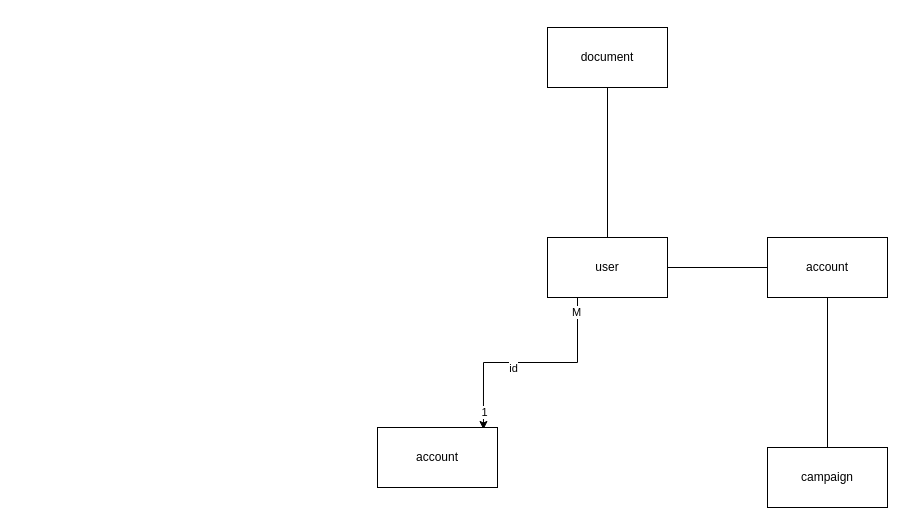
Before: Untitled Diagram.drawio in egorb17/ESPO-DB, a draw.io diagram. Source tidied: cells renumbered, new cells numbered last; positions are measured from the earlier drawing's top-left corner, leaving out a move shared by most shapes. Both pictures are drawn from the tidied source at 100%, with x=0, y=0 at pixel (377, 27).
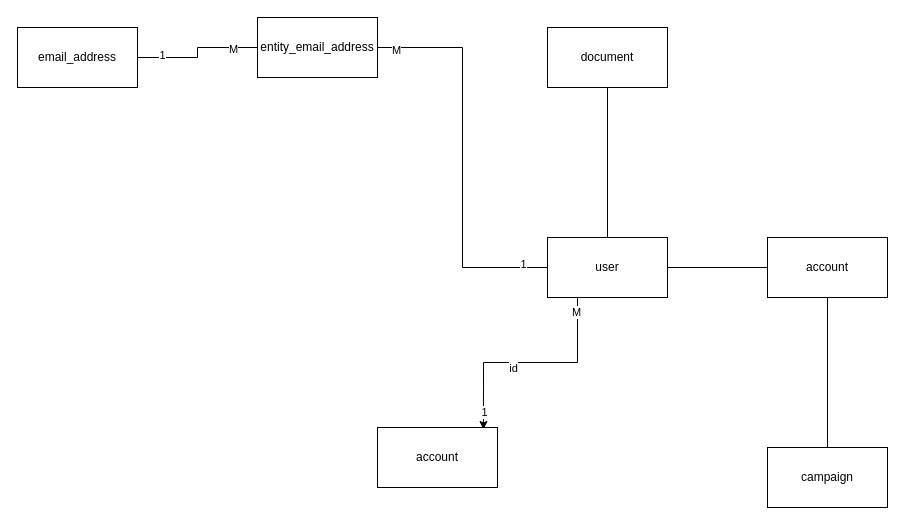
The same page after the edit.

Commit message:
Add email-user link

Unchanged cells that the change refers to:
```xml
<mxCell id="6" value="user" style="rounded=0;whiteSpace=wrap;html=1;" parent="1" vertex="1">
  <mxGeometry x="170" y="210" width="120" height="60" as="geometry" />
</mxCell>
```

The edit, as a diff of the source:
```diff
@@
+    <mxCell id="14" style="edgeStyle=orthogonalEdgeStyle;rounded=0;jettySize=auto;html=1;exitX=1;exitY=0.5;exitDx=0;exitDy=0;entryX=0;entryY=0.5;entryDx=0;entryDy=0;endArrow=none;endFill=0;" parent="1" edge="1" source="17" target="21">
+      <mxGeometry relative="1" as="geometry" />
+    </mxCell>
+    <mxCell id="15" value="1" style="edgeLabel;html=1;align=center;verticalAlign=middle;" parent="14" vertex="1">
+      <mxGeometry x="-0.63" y="3" relative="1" as="geometry" />
+    </mxCell>
+    <mxCell id="16" value="М" style="edgeLabel;html=1;align=center;verticalAlign=middle;" parent="14" vertex="1">
+      <mxGeometry x="0.61" y="-1" relative="1" as="geometry" />
+    </mxCell>
+    <mxCell id="17" value="email_address" style="rounded=0;whiteSpace=wrap;html=1;" parent="1" vertex="1">
+      <mxGeometry x="-360" width="120" height="60" as="geometry" />
+    </mxCell>
+    <mxCell id="18" style="edgeStyle=orthogonalEdgeStyle;rounded=0;jettySize=auto;html=1;exitX=1;exitY=0.5;exitDx=0;exitDy=0;entryX=0;entryY=0.5;entryDx=0;entryDy=0;endArrow=none;endFill=0;" parent="1" edge="1" source="21" target="6">
+      <mxGeometry relative="1" as="geometry" />
+    </mxCell>
+    <mxCell id="19" value="М" style="edgeLabel;html=1;align=center;verticalAlign=middle;" parent="18" vertex="1">
+      <mxGeometry x="-0.91" y="-2" relative="1" as="geometry" />
+    </mxCell>
+    <mxCell id="20" value="1" style="edgeLabel;html=1;align=center;verticalAlign=middle;" parent="18" vertex="1">
+      <mxGeometry x="0.87" y="4" relative="1" as="geometry" />
+    </mxCell>
+    <mxCell id="21" value="entity_email_address" style="rounded=0;whiteSpace=wrap;html=1;" parent="1" vertex="1">
+      <mxGeometry x="-120" y="-10" width="120" height="60" as="geometry" />
+    </mxCell>
```
